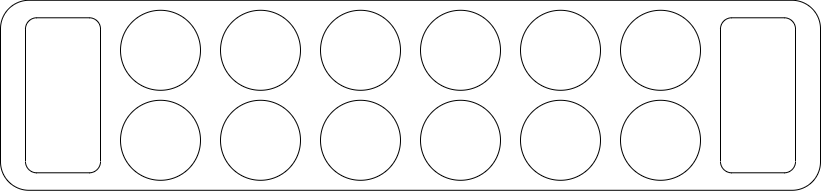
This is H1/ouri.png from Tiago-Matinho/IA, a draw.io export, as it was before one commit. Source tidied: cells renumbered, new cells last; positions are measured from the earlier drawing's top-left corner, leaving out a move shared by most shapes. The source it was exported from:
```xml
<mxGraphModel>
  <root>
    <mxCell id="0" />
    <mxCell id="1" parent="0" />
    <mxCell id="2" style="rounded=1;whiteSpace=wrap;html=1;" parent="1" vertex="1">
      <mxGeometry x="15" y="-0.2" width="820" height="190" as="geometry" />
    </mxCell>
    <mxCell id="3" style="ellipse;whiteSpace=wrap;html=1;" parent="1" vertex="1">
      <mxGeometry x="135" y="9.8" width="80" height="80" as="geometry" />
    </mxCell>
    <mxCell id="4" style="ellipse;whiteSpace=wrap;html=1;" parent="1" vertex="1">
      <mxGeometry x="235" y="9.8" width="80" height="80" as="geometry" />
    </mxCell>
    <mxCell id="5" style="ellipse;whiteSpace=wrap;html=1;" parent="1" vertex="1">
      <mxGeometry x="335" y="9.8" width="80" height="80" as="geometry" />
    </mxCell>
    <mxCell id="6" style="ellipse;whiteSpace=wrap;html=1;" parent="1" vertex="1">
      <mxGeometry x="435" y="9.8" width="80" height="80" as="geometry" />
    </mxCell>
    <mxCell id="7" style="ellipse;whiteSpace=wrap;html=1;" parent="1" vertex="1">
      <mxGeometry x="535" y="9.8" width="80" height="80" as="geometry" />
    </mxCell>
    <mxCell id="8" style="ellipse;whiteSpace=wrap;html=1;" parent="1" vertex="1">
      <mxGeometry x="635" y="9.8" width="80" height="80" as="geometry" />
    </mxCell>
    <mxCell id="9" style="ellipse;whiteSpace=wrap;html=1;" parent="1" vertex="1">
      <mxGeometry x="135" y="99.8" width="80" height="80" as="geometry" />
    </mxCell>
    <mxCell id="10" style="ellipse;whiteSpace=wrap;html=1;" parent="1" vertex="1">
      <mxGeometry x="235" y="99.8" width="80" height="80" as="geometry" />
    </mxCell>
    <mxCell id="11" style="ellipse;whiteSpace=wrap;html=1;" parent="1" vertex="1">
      <mxGeometry x="335" y="99.8" width="80" height="80" as="geometry" />
    </mxCell>
    <mxCell id="12" style="ellipse;whiteSpace=wrap;html=1;" parent="1" vertex="1">
      <mxGeometry x="435" y="99.8" width="80" height="80" as="geometry" />
    </mxCell>
    <mxCell id="13" style="ellipse;whiteSpace=wrap;html=1;" parent="1" vertex="1">
      <mxGeometry x="535" y="99.8" width="80" height="80" as="geometry" />
    </mxCell>
    <mxCell id="14" style="ellipse;whiteSpace=wrap;html=1;" parent="1" vertex="1">
      <mxGeometry x="635" y="99.8" width="80" height="80" as="geometry" />
    </mxCell>
    <mxCell id="15" style="rounded=1;whiteSpace=wrap;html=1;rotation=90;" parent="1" vertex="1">
      <mxGeometry y="57.3" width="155" height="75" as="geometry" />
    </mxCell>
    <mxCell id="16" style="rounded=1;whiteSpace=wrap;html=1;rotation=90;" parent="1" vertex="1">
      <mxGeometry x="695" y="57.3" width="155" height="75" as="geometry" />
    </mxCell>
  </root>
</mxGraphModel>
```
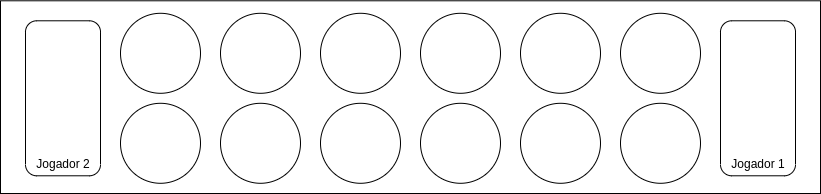
After the commit.

Change to the diagram source:
```diff
@@ -2,9 +2,9 @@
   <root>
     <mxCell id="0" />
     <mxCell id="1" parent="0" />
-    <mxCell id="2" style="rounded=1;whiteSpace=wrap;html=1;" parent="1" vertex="1">
-      <mxGeometry x="15" y="-0.2" width="820" height="190" as="geometry" />
-    </mxCell>
+    <mxCell id="17" style="rounded=0;whiteSpace=wrap;html=1;" parent="1" vertex="1">
+      <mxGeometry x="15" y="-2.7" width="820" height="192.7" as="geometry" />
+    </mxCell>
     <mxCell id="3" style="ellipse;whiteSpace=wrap;html=1;" parent="1" vertex="1">
       <mxGeometry x="135" y="9.8" width="80" height="80" as="geometry" />
     </mxCell>
@@ -47,5 +47,11 @@
     <mxCell id="16" style="rounded=1;whiteSpace=wrap;html=1;rotation=90;" parent="1" vertex="1">
       <mxGeometry x="695" y="57.3" width="155" height="75" as="geometry" />
     </mxCell>
+    <mxCell id="18" value="Jogador 2" style="text;html=1;strokeColor=none;fillColor=none;align=center;verticalAlign=middle;whiteSpace=wrap;rounded=0;" parent="1" vertex="1">
+      <mxGeometry x="42.5" y="150" width="70" height="20" as="geometry" />
+    </mxCell>
+    <mxCell id="19" value="Jogador 1" style="text;html=1;strokeColor=none;fillColor=none;align=center;verticalAlign=middle;whiteSpace=wrap;rounded=0;" parent="1" vertex="1">
+      <mxGeometry x="737.5" y="150" width="70" height="20" as="geometry" />
+    </mxCell>
   </root>
 </mxGraphModel>
```
